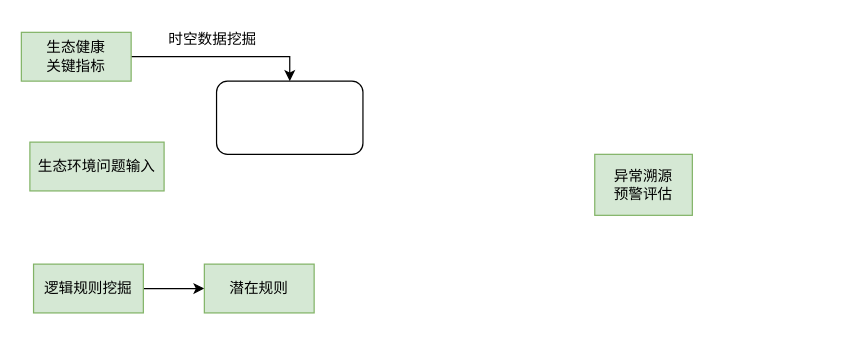
Above: 推理图.drawio in huxinkan517/DRAW.IO (draw.io), before the change. Source tidied: cells renumbered, new cells numbered last; positions are measured from the earlier drawing's top-left corner, leaving out a move shared by most shapes. Both pictures are drawn from the tidied source at 122%, with x=0, y=0 at pixel (21, 21). Pictures stored in the file or linked from it are replaced by grey dashed boxes.
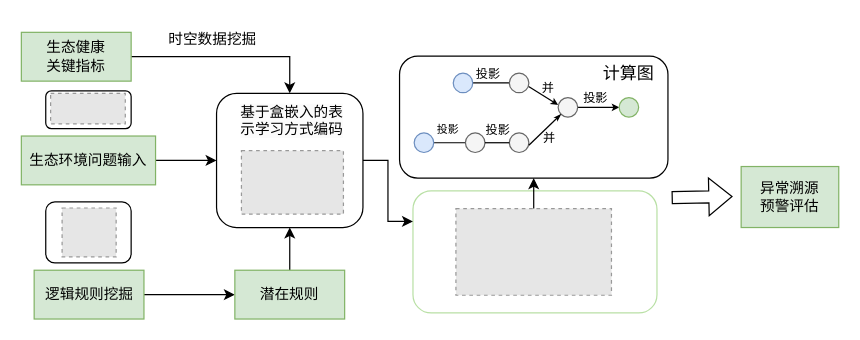
The same page after the edit.

Commit message (it also covers changes not shown here):
更新推理图.drawio

The edit, as a diff of the source:
```diff
@@
+    <mxCell id="11" style="rounded=1;whiteSpace=wrap;html=1;fontFamily=Helvetica;fontSize=12;labelBorderColor=#97D077;strokeColor=#B9E0A5;" parent="1" vertex="1">
+      <mxGeometry x="321" y="139" width="200" height="100" as="geometry" />
+    </mxCell>
+    <mxCell id="12" style="rounded=1;whiteSpace=wrap;html=1;" parent="1" vertex="1">
+      <mxGeometry x="20" y="57" width="70" height="31" as="geometry" />
+    </mxCell>
@@
+    <mxCell id="13" style="edgeStyle=orthogonalEdgeStyle;rounded=0;jettySize=auto;html=1;exitX=1;exitY=0.5;exitDx=0;exitDy=0;entryX=0;entryY=0.5;entryDx=0;entryDy=0;" parent="1" edge="1" source="4" target="8">
+      <mxGeometry relative="1" as="geometry" />
+    </mxCell>
     <mxCell id="4" value="生态环境问题输入" style="rounded=0;whiteSpace=wrap;html=1;fillColor=#d5e8d4;strokeColor=#82b366;" parent="1" vertex="1">
-      <mxGeometry x="7" y="99" width="110" height="40" as="geometry" />
+      <mxGeometry y="94" width="110" height="40" as="geometry" />
     </mxCell>
@@
     <mxCell id="6" value="逻辑规则挖掘" style="rounded=0;whiteSpace=wrap;html=1;fillColor=#d5e8d4;strokeColor=#82b366;" parent="1" vertex="1">
-      <mxGeometry x="10" y="199" width="90" height="40" as="geometry" />
+      <mxGeometry x="10.5" y="204" width="90" height="40" as="geometry" />
     </mxCell>
+    <mxCell id="14" style="edgeStyle=orthogonalEdgeStyle;rounded=0;jettySize=auto;html=1;exitX=0.5;exitY=0;exitDx=0;exitDy=0;entryX=0.5;entryY=1;entryDx=0;entryDy=0;fontFamily=Helvetica;fontSize=12;fontColor=default;" parent="1" edge="1" source="7" target="8">
+      <mxGeometry relative="1" as="geometry" />
+    </mxCell>
     <mxCell id="7" value="潜在规则" style="rounded=0;whiteSpace=wrap;html=1;fillColor=#d5e8d4;strokeColor=#82b366;" parent="1" vertex="1">
-      <mxGeometry x="150" y="199" width="90" height="40" as="geometry" />
+      <mxGeometry x="175" y="204" width="90" height="40" as="geometry" />
     </mxCell>
+    <mxCell id="15" style="rounded=0;jettySize=auto;html=1;exitX=1;exitY=0.5;exitDx=0;exitDy=0;fontFamily=Helvetica;fontSize=12;fontColor=default;entryX=0;entryY=0.25;entryDx=0;entryDy=0;edgeStyle=orthogonalEdgeStyle;" parent="1" edge="1" source="8" target="11">
+      <mxGeometry relative="1" as="geometry" />
+    </mxCell>
     <mxCell id="8" style="rounded=1;whiteSpace=wrap;html=1;" parent="1" vertex="1">
-      <mxGeometry x="160" y="49" width="120" height="60" as="geometry" />
+      <mxGeometry x="160" y="59" width="120" height="110" as="geometry" />
     </mxCell>
     <mxCell id="9" value="异常溯源&lt;br&gt;预警评估" style="rounded=0;whiteSpace=wrap;html=1;fillColor=#d5e8d4;strokeColor=#82b366;" parent="1" vertex="1">
-      <mxGeometry x="470" y="109" width="80" height="50" as="geometry" />
+      <mxGeometry x="590" y="119" width="80" height="50" as="geometry" />
     </mxCell>
@@
+    <mxCell id="16" style="fillColor=#E6E6E6;strokeColor=#999999;dashed=1;verticalLabelPosition=bottom;labelBackgroundColor=default;verticalAlign=top;" parent="1" vertex="1">
+      <mxGeometry x="24" y="59" width="61.2" height="25" as="geometry" />
+    </mxCell>
+    <mxCell id="17" style="rounded=1;whiteSpace=wrap;html=1;" parent="1" vertex="1">
+      <mxGeometry x="20" y="148" width="70" height="50" as="geometry" />
+    </mxCell>
+    <mxCell id="18" style="fillColor=#E6E6E6;strokeColor=#999999;dashed=1;verticalLabelPosition=bottom;labelBackgroundColor=default;verticalAlign=top;" parent="1" vertex="1">
+      <mxGeometry x="33.4" y="153" width="44.3" height="40" as="geometry" />
+    </mxCell>
+    <mxCell id="19" style="rounded=1;whiteSpace=wrap;html=1;" parent="1" vertex="1">
+      <mxGeometry x="310" y="28.5" width="220" height="100" as="geometry" />
+    </mxCell>
+    <mxCell id="20" style="edgeStyle=orthogonalEdgeStyle;rounded=0;jettySize=auto;html=1;exitX=1;exitY=0.5;exitDx=0;exitDy=0;entryX=0;entryY=0.5;entryDx=0;entryDy=0;fontFamily=Helvetica;fontSize=12;fontColor=default;endArrow=none;endFill=0;" parent="1" edge="1" source="21" target="25">
+      <mxGeometry relative="1" as="geometry" />
+    </mxCell>
+    <mxCell id="21" style="ellipse;whiteSpace=wrap;html=1;fontFamily=Helvetica;fontSize=12;fillColor=#dae8fc;strokeColor=#6c8ebf;" parent="1" vertex="1">
+      <mxGeometry x="354" y="42.5" width="16" height="16" as="geometry" />
+    </mxCell>
+    <mxCell id="22" style="edgeStyle=orthogonalEdgeStyle;rounded=0;jettySize=auto;html=1;entryX=0.117;entryY=0.867;entryDx=0;entryDy=0;entryPerimeter=0;fontFamily=Helvetica;fontSize=12;fontColor=default;endArrow=none;endFill=0;" parent="1" edge="1" source="23" target="33">
+      <mxGeometry relative="1" as="geometry" />
+    </mxCell>
+    <mxCell id="23" style="ellipse;whiteSpace=wrap;html=1;fontFamily=Helvetica;fontSize=12;fillColor=#dae8fc;strokeColor=#6c8ebf;" parent="1" vertex="1">
+      <mxGeometry x="322" y="91.5" width="16" height="16" as="geometry" />
+    </mxCell>
+    <mxCell id="24" style="rounded=0;orthogonalLoop=1;jettySize=auto;html=1;entryX=0;entryY=0.5;entryDx=0;entryDy=0;fontFamily=Helvetica;fontSize=12;fontColor=default;endArrow=classic;endFill=1;startSize=3;endSize=3;" parent="1" edge="1">
+      <mxGeometry relative="1" as="geometry">
+        <mxPoint x="414.8" y="52.7" as="sourcePoint" />
+        <mxPoint x="440" y="68.5" as="targetPoint" />
+      </mxGeometry>
+    </mxCell>
+    <mxCell id="25" style="ellipse;whiteSpace=wrap;html=1;fontFamily=Helvetica;fontSize=12;fillColor=#f5f5f5;strokeColor=#666666;fontColor=#333333;" parent="1" vertex="1">
+      <mxGeometry x="400" y="42.5" width="16" height="16" as="geometry" />
+    </mxCell>
+    <mxCell id="26" style="ellipse;whiteSpace=wrap;html=1;fontFamily=Helvetica;fontSize=12;fillColor=#f5f5f5;strokeColor=#666666;fontColor=#333333;" parent="1" vertex="1">
+      <mxGeometry x="364" y="91.5" width="16" height="16" as="geometry" />
+    </mxCell>
+    <mxCell id="27" style="ellipse;whiteSpace=wrap;html=1;fontFamily=Helvetica;fontSize=12;fillColor=#f5f5f5;strokeColor=#666666;fontColor=#333333;" parent="1" vertex="1">
+      <mxGeometry x="400" y="91.5" width="16" height="16" as="geometry" />
+    </mxCell>
+    <mxCell id="28" style="edgeStyle=orthogonalEdgeStyle;rounded=0;jettySize=auto;html=1;fontFamily=Helvetica;fontSize=12;fontColor=default;endSize=3;" parent="1" edge="1" source="29" target="30">
+      <mxGeometry relative="1" as="geometry" />
+    </mxCell>
+    <mxCell id="29" style="ellipse;whiteSpace=wrap;html=1;fontFamily=Helvetica;fontSize=12;fillColor=#f5f5f5;strokeColor=#666666;fontColor=#333333;" parent="1" vertex="1">
+      <mxGeometry x="440" y="62.5" width="16" height="16" as="geometry" />
+    </mxCell>
+    <mxCell id="30" style="ellipse;whiteSpace=wrap;html=1;fontFamily=Helvetica;fontSize=12;fillColor=#d5e8d4;strokeColor=#82b366;" parent="1" vertex="1">
+      <mxGeometry x="490" y="62.5" width="16" height="16" as="geometry" />
+    </mxCell>
+    <mxCell id="31" value="&lt;font style=&quot;font-size: 10px;&quot;&gt;投影&lt;/font&gt;" style="text;html=1;strokeColor=none;fillColor=none;align=center;verticalAlign=middle;whiteSpace=wrap;rounded=0;fontSize=10;fontFamily=Helvetica;fontColor=default;" parent="1" vertex="1">
+      <mxGeometry x="360" y="32.5" width="46" height="20" as="geometry" />
+    </mxCell>
+    <mxCell id="32" value="&lt;font style=&quot;font-size: 9px;&quot;&gt;投影&lt;/font&gt;" style="text;html=1;strokeColor=none;fillColor=none;align=center;verticalAlign=middle;whiteSpace=wrap;rounded=0;fontSize=9;fontFamily=Helvetica;fontColor=default;" parent="1" vertex="1">
+      <mxGeometry x="320" y="81" width="60" height="15" as="geometry" />
+    </mxCell>
+    <mxCell id="33" value="&lt;font style=&quot;font-size: 10px;&quot;&gt;投影&lt;/font&gt;" style="text;html=1;strokeColor=none;fillColor=none;align=center;verticalAlign=middle;whiteSpace=wrap;rounded=0;fontSize=10;fontFamily=Helvetica;fontColor=default;" parent="1" vertex="1">
+      <mxGeometry x="361" y="73.5" width="60" height="30" as="geometry" />
+    </mxCell>
+    <mxCell id="34" style="edgeStyle=orthogonalEdgeStyle;rounded=0;orthogonalLoop=1;jettySize=auto;html=1;fontFamily=Helvetica;fontSize=12;fontColor=default;endArrow=none;endFill=0;" parent="1" edge="1">
+      <mxGeometry relative="1" as="geometry">
+        <mxPoint x="380" y="99.5" as="sourcePoint" />
+        <mxPoint x="400" y="99.5" as="targetPoint" />
+      </mxGeometry>
+    </mxCell>
+    <mxCell id="35" style="rounded=0;jettySize=auto;html=1;entryX=0;entryY=1;entryDx=0;entryDy=0;fontFamily=Helvetica;fontSize=12;fontColor=default;endArrow=classicThin;endFill=1;exitX=0.866;exitY=1.035;exitDx=0;exitDy=0;exitPerimeter=0;endSize=3;" parent="1" edge="1" target="29">
+      <mxGeometry relative="1" as="geometry">
+        <mxPoint x="416" y="101.6" as="sourcePoint" />
+      </mxGeometry>
+    </mxCell>
+    <mxCell id="36" value="&lt;font style=&quot;font-size: 10px;&quot;&gt;并&lt;/font&gt;" style="text;html=1;strokeColor=none;fillColor=none;align=center;verticalAlign=middle;whiteSpace=wrap;rounded=0;fontSize=10;fontFamily=Helvetica;fontColor=default;" parent="1" vertex="1">
+      <mxGeometry x="409" y="43.5" width="46" height="20" as="geometry" />
+    </mxCell>
+    <mxCell id="37" value="&lt;font style=&quot;font-size: 10px;&quot;&gt;并&lt;/font&gt;" style="text;html=1;strokeColor=none;fillColor=none;align=center;verticalAlign=middle;whiteSpace=wrap;rounded=0;fontSize=10;fontFamily=Helvetica;fontColor=default;" parent="1" vertex="1">
+      <mxGeometry x="410" y="84.5" width="46" height="20" as="geometry" />
+    </mxCell>
+    <mxCell id="38" value="&lt;font style=&quot;font-size: 10px;&quot;&gt;投影&lt;/font&gt;" style="text;html=1;strokeColor=none;fillColor=none;align=center;verticalAlign=middle;whiteSpace=wrap;rounded=0;fontSize=10;fontFamily=Helvetica;fontColor=default;" parent="1" vertex="1">
+      <mxGeometry x="448" y="53" width="46" height="20" as="geometry" />
+    </mxCell>
+    <mxCell id="39" value="&lt;font style=&quot;font-size: 14px;&quot;&gt;计算图&lt;/font&gt;" style="text;html=1;strokeColor=none;fillColor=none;align=center;verticalAlign=middle;whiteSpace=wrap;rounded=0;fontSize=12;fontFamily=Helvetica;fontColor=default;" parent="1" vertex="1">
+      <mxGeometry x="475" y="33" width="46" height="20" as="geometry" />
+    </mxCell>
+    <mxCell id="40" style="fillColor=#E6E6E6;strokeColor=#999999;dashed=1;verticalLabelPosition=bottom;labelBackgroundColor=default;verticalAlign=top;" parent="1" vertex="1">
+      <mxGeometry x="356.2" y="153.5" width="127.5" height="71" as="geometry" />
+    </mxCell>
+    <mxCell id="41" style="shape=flexArrow;endArrow=classic;html=1;rounded=0;fontFamily=Helvetica;fontSize=12;fontColor=default;entryX=0;entryY=0.75;entryDx=0;entryDy=0;" parent="1" edge="1">
+      <mxGeometry relative="1" as="geometry">
+        <mxPoint x="533" y="144.5" as="sourcePoint" />
+        <mxPoint x="583" y="143.5" as="targetPoint" />
+      </mxGeometry>
+    </mxCell>
+    <mxCell id="42" style="endArrow=classic;html=1;rounded=0;fontFamily=Helvetica;fontSize=12;fontColor=default;" parent="1" edge="1" source="40" target="19">
+      <mxGeometry relative="1" as="geometry" />
+    </mxCell>
+    <mxCell id="43" style="fillColor=#E6E6E6;strokeColor=#999999;dashed=1;verticalLabelPosition=bottom;labelBackgroundColor=default;verticalAlign=top;" parent="1" vertex="1">
+      <mxGeometry x="180.4" y="106" width="83.6" height="52" as="geometry" />
+    </mxCell>
+    <mxCell id="44" value="&lt;span style=&quot;color: rgb(0, 0, 0); font-family: Helvetica; font-size: 12px; font-style: normal; font-variant-ligatures: normal; font-variant-caps: normal; font-weight: 400; letter-spacing: normal; orphans: 2; text-align: center; text-indent: 0px; text-transform: none; widows: 2; word-spacing: 0px; -webkit-text-stroke-width: 0px; background-color: rgb(251, 251, 251); text-decoration-thickness: initial; text-decoration-style: initial; text-decoration-color: initial; float: none; display: inline !important;&quot;&gt;基于盒嵌入的表示学习方式编码&lt;/span&gt;" style="text;whiteSpace=wrap;html=1;fontSize=12;fontFamily=Helvetica;fontColor=default;" parent="1" vertex="1">
+      <mxGeometry x="178" y="60.5" width="86" height="40" as="geometry" />
+    </mxCell>
```
